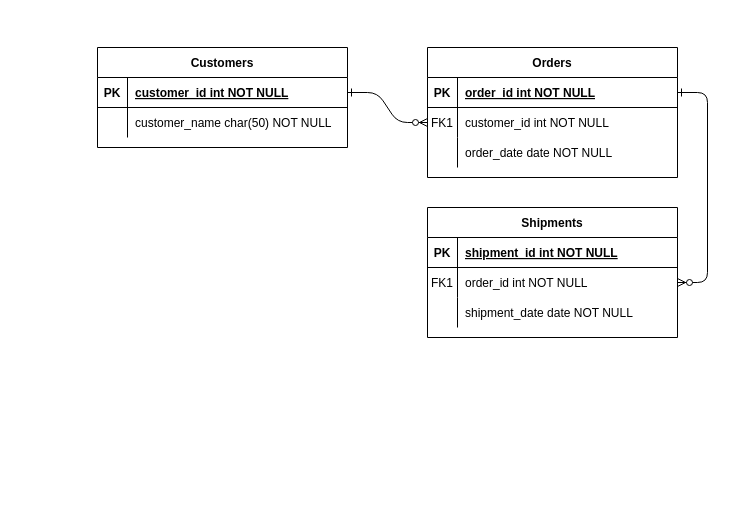
Earlier version of the draw.io diagram Student registration system/School student management system.drawio (DhiviR/SGIC). Source tidied: cells renumbered, new cells numbered last; positions are measured from the earlier drawing's top-left corner, leaving out a move shared by most shapes. Both pictures are drawn from the tidied source at 100%, with x=0, y=0 at pixel (97, 47).
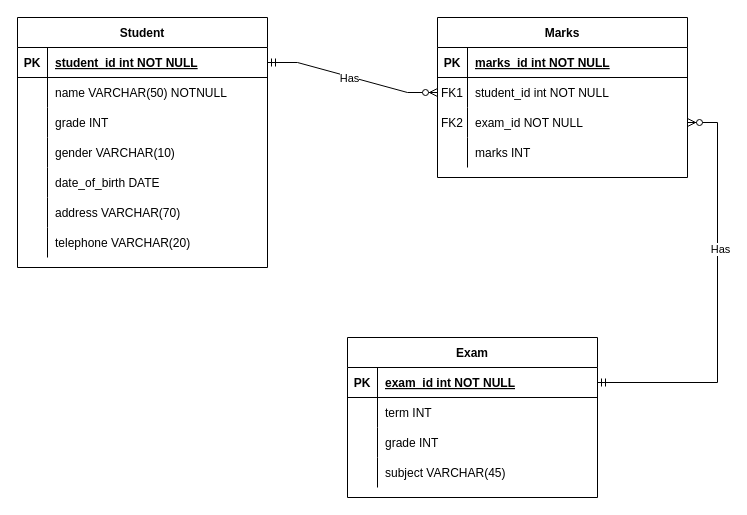
After the change.

The change refers to these unchanged cells:
```xml
<mxCell id="5" style="shape=partialRectangle;fillColor=none;points=[[0,0.5],[1,0.5]];portConstraint=eastwest;top=0;left=0;right=0;bottom=1;" parent="4" vertex="1">
  <mxGeometry y="30" width="250" height="30" as="geometry" />
</mxCell>
<mxCell id="8" style="shape=partialRectangle;fillColor=none;points=[[0,0.5],[1,0.5]];portConstraint=eastwest;top=0;left=0;right=0;bottom=0;" parent="4" vertex="1">
  <mxGeometry y="60" width="250" height="30" as="geometry" />
</mxCell>
<mxCell id="11" style="shape=partialRectangle;fillColor=none;points=[[0,0.5],[1,0.5]];portConstraint=eastwest;top=0;left=0;right=0;bottom=0;" parent="4" vertex="1">
  <mxGeometry y="90" width="250" height="30" as="geometry" />
</mxCell>
<mxCell id="15" style="shape=partialRectangle;fillColor=none;points=[[0,0.5],[1,0.5]];portConstraint=eastwest;top=0;left=0;right=0;bottom=1;" parent="14" vertex="1">
  <mxGeometry y="30" width="250" height="30" as="geometry" />
</mxCell>
<mxCell id="18" style="shape=partialRectangle;fillColor=none;points=[[0,0.5],[1,0.5]];portConstraint=eastwest;top=0;left=0;right=0;bottom=0;" parent="14" vertex="1">
  <mxGeometry y="60" width="250" height="30" as="geometry" />
</mxCell>
<mxCell id="21" style="shape=partialRectangle;fillColor=none;top=0;left=0;right=0;bottom=0;" parent="14" vertex="1">
  <mxGeometry y="90" width="250" height="30" as="geometry" />
</mxCell>
<mxCell id="25" style="shape=partialRectangle;fillColor=none;points=[[0,0.5],[1,0.5]];portConstraint=eastwest;top=0;left=0;right=0;bottom=1;" parent="24" vertex="1">
  <mxGeometry y="30" width="250" height="30" as="geometry" />
</mxCell>
<mxCell id="28" style="shape=partialRectangle;fillColor=none;top=0;left=0;right=0;bottom=0;" parent="24" vertex="1">
  <mxGeometry y="60" width="250" height="30" as="geometry" />
</mxCell>
```

What changed in the source:
```diff
@@
-    <mxCell id="2" style="edgeStyle=entityRelationEdgeStyle;endArrow=ERzeroToMany;startArrow=ERone;endFill=1;startFill=0;" parent="1" edge="1" source="25" target="8">
-      <mxGeometry relative="1" as="geometry" />
-    </mxCell>
-    <mxCell id="3" style="edgeStyle=entityRelationEdgeStyle;endArrow=ERzeroToMany;startArrow=ERone;endFill=1;startFill=0;" parent="1" edge="1" source="5" target="18">
-      <mxGeometry relative="1" as="geometry" />
-    </mxCell>
-    <mxCell id="4" value="Orders" style="shape=table;startSize=30;childLayout=tableLayout;rowLines=0;fontStyle=1;align=center;" parent="1" vertex="1">
-      <mxGeometry x="330" width="250" height="130" as="geometry" />
+    <mxCell id="4" value="Marks" style="shape=table;startSize=30;childLayout=tableLayout;rowLines=0;fontStyle=1;align=center;" parent="1" vertex="1">
+      <mxGeometry x="340" y="-30" width="250" height="160" as="geometry" />
     </mxCell>
@@
-    <mxCell id="7" value="order_id int NOT NULL " style="shape=partialRectangle;overflow=hidden;fillColor=none;top=0;left=0;bottom=0;right=0;align=left;spacingLeft=6;fontStyle=5;" parent="5" vertex="1">
+    <mxCell id="7" value="marks_id int NOT NULL " style="shape=partialRectangle;overflow=hidden;fillColor=none;top=0;left=0;bottom=0;right=0;align=left;spacingLeft=6;fontStyle=5;" parent="5" vertex="1">
       <mxGeometry x="30" width="220" height="30" as="geometry" />
     </mxCell>
@@
-    <mxCell id="10" value="customer_id int NOT NULL" style="shape=partialRectangle;overflow=hidden;fillColor=none;top=0;left=0;bottom=0;right=0;align=left;spacingLeft=6;" parent="8" vertex="1">
+    <mxCell id="10" value="student_id int NOT NULL" style="shape=partialRectangle;overflow=hidden;fillColor=none;top=0;left=0;bottom=0;right=0;align=left;spacingLeft=6;" parent="8" vertex="1">
       <mxGeometry x="30" width="220" height="30" as="geometry" />
     </mxCell>
@@
-    <mxCell id="12" style="shape=partialRectangle;overflow=hidden;fillColor=none;top=0;left=0;bottom=0;right=0;" parent="11" vertex="1">
+    <mxCell id="12" value="FK2" style="shape=partialRectangle;overflow=hidden;fillColor=none;top=0;left=0;bottom=0;right=0;" parent="11" vertex="1">
       <mxGeometry width="30" height="30" as="geometry" />
     </mxCell>
-    <mxCell id="13" value="order_date date NOT NULL" style="shape=partialRectangle;overflow=hidden;fillColor=none;top=0;left=0;bottom=0;right=0;align=left;spacingLeft=6;" parent="11" vertex="1">
+    <mxCell id="13" value="exam_id NOT NULL" style="shape=partialRectangle;overflow=hidden;fillColor=none;top=0;left=0;bottom=0;right=0;align=left;spacingLeft=6;" parent="11" vertex="1">
       <mxGeometry x="30" width="220" height="30" as="geometry" />
     </mxCell>
+    <mxCell id="31" style="shape=partialRectangle;fillColor=none;top=0;left=0;right=0;bottom=0;" parent="4" vertex="1">
+      <mxGeometry y="120" width="250" height="30" as="geometry" />
+    </mxCell>
+    <mxCell id="32" style="shape=partialRectangle;overflow=hidden;fillColor=none;top=0;left=0;bottom=0;right=0;" parent="31" vertex="1">
+      <mxGeometry width="30" height="30" as="geometry" />
+    </mxCell>
+    <mxCell id="33" value="marks INT" style="shape=partialRectangle;overflow=hidden;fillColor=none;top=0;left=0;bottom=0;right=0;align=left;spacingLeft=6;" parent="31" vertex="1">
+      <mxGeometry x="30" width="220" height="30" as="geometry" />
+    </mxCell>
-    <mxCell id="14" value="Shipments" style="shape=table;startSize=30;childLayout=tableLayout;rowLines=0;fontStyle=1;align=center;" parent="1" vertex="1">
-      <mxGeometry x="330" y="160" width="250" height="130" as="geometry" />
+    <mxCell id="14" value="Exam" style="shape=table;startSize=30;childLayout=tableLayout;rowLines=0;fontStyle=1;align=center;" parent="1" vertex="1">
+      <mxGeometry x="250" y="290" width="250" height="160" as="geometry" />
     </mxCell>
@@
-    <mxCell id="17" value="shipment_id int NOT NULL " style="shape=partialRectangle;overflow=hidden;fillColor=none;top=0;left=0;bottom=0;right=0;align=left;spacingLeft=6;fontStyle=5;" parent="15" vertex="1">
+    <mxCell id="17" value="exam_id int NOT NULL " style="shape=partialRectangle;overflow=hidden;fillColor=none;top=0;left=0;bottom=0;right=0;align=left;spacingLeft=6;fontStyle=5;" parent="15" vertex="1">
       <mxGeometry x="30" width="220" height="30" as="geometry" />
     </mxCell>
@@
-    <mxCell id="19" value="FK1" style="shape=partialRectangle;overflow=hidden;fillColor=none;top=0;left=0;bottom=0;right=0;" parent="18" vertex="1">
+    <mxCell id="19" style="shape=partialRectangle;overflow=hidden;fillColor=none;top=0;left=0;bottom=0;right=0;" parent="18" vertex="1">
       <mxGeometry width="30" height="30" as="geometry" />
     </mxCell>
-    <mxCell id="20" value="order_id int NOT NULL" style="shape=partialRectangle;overflow=hidden;fillColor=none;top=0;left=0;bottom=0;right=0;align=left;spacingLeft=6;" parent="18" vertex="1">
+    <mxCell id="20" value="term INT" style="shape=partialRectangle;overflow=hidden;fillColor=none;top=0;left=0;bottom=0;right=0;align=left;spacingLeft=6;" parent="18" vertex="1">
       <mxGeometry x="30" width="220" height="30" as="geometry" />
     </mxCell>
@@
-    <mxCell id="23" value="shipment_date date NOT NULL" style="shape=partialRectangle;overflow=hidden;fillColor=none;top=0;left=0;bottom=0;right=0;align=left;spacingLeft=6;" parent="21" vertex="1">
+    <mxCell id="23" value="grade INT" style="shape=partialRectangle;overflow=hidden;fillColor=none;top=0;left=0;bottom=0;right=0;align=left;spacingLeft=6;" parent="21" vertex="1">
       <mxGeometry x="30" width="220" height="30" as="geometry" />
     </mxCell>
+    <mxCell id="34" style="shape=partialRectangle;fillColor=none;top=0;left=0;right=0;bottom=0;" parent="14" vertex="1">
+      <mxGeometry y="120" width="250" height="30" as="geometry" />
+    </mxCell>
+    <mxCell id="35" style="shape=partialRectangle;overflow=hidden;fillColor=none;top=0;left=0;bottom=0;right=0;" parent="34" vertex="1">
+      <mxGeometry width="30" height="30" as="geometry" />
+    </mxCell>
+    <mxCell id="36" value="subject VARCHAR(45)" style="shape=partialRectangle;overflow=hidden;fillColor=none;top=0;left=0;bottom=0;right=0;align=left;spacingLeft=6;" parent="34" vertex="1">
+      <mxGeometry x="30" width="220" height="30" as="geometry" />
+    </mxCell>
-    <mxCell id="24" value="Customers" style="shape=table;startSize=30;childLayout=tableLayout;rowLines=0;fontStyle=1;align=center;" parent="1" vertex="1">
-      <mxGeometry width="250" height="100" as="geometry" />
+    <mxCell id="24" value="Student" style="shape=table;startSize=30;childLayout=tableLayout;rowLines=0;fontStyle=1;align=center;" parent="1" vertex="1">
+      <mxGeometry x="-80" y="-30" width="250" height="250" as="geometry" />
     </mxCell>
@@
-    <mxCell id="27" value="customer_id int NOT NULL " style="shape=partialRectangle;overflow=hidden;fillColor=none;top=0;left=0;bottom=0;right=0;align=left;spacingLeft=6;fontStyle=5;" parent="25" vertex="1">
+    <mxCell id="27" value="student_id int NOT NULL " style="shape=partialRectangle;overflow=hidden;fillColor=none;top=0;left=0;bottom=0;right=0;align=left;spacingLeft=6;fontStyle=5;" parent="25" vertex="1">
       <mxGeometry x="30" width="220" height="30" as="geometry" />
     </mxCell>
@@
-    <mxCell id="30" value="customer_name char(50) NOT NULL" style="shape=partialRectangle;overflow=hidden;fillColor=none;top=0;left=0;bottom=0;right=0;align=left;spacingLeft=6;" parent="28" vertex="1">
+    <mxCell id="30" value="name VARCHAR(50) NOTNULL" style="shape=partialRectangle;overflow=hidden;fillColor=none;top=0;left=0;bottom=0;right=0;align=left;spacingLeft=6;" parent="28" vertex="1">
       <mxGeometry x="30" width="220" height="30" as="geometry" />
     </mxCell>
+    <mxCell id="37" style="shape=partialRectangle;fillColor=none;top=0;left=0;right=0;bottom=0;" parent="24" vertex="1">
+      <mxGeometry y="90" width="250" height="30" as="geometry" />
+    </mxCell>
+    <mxCell id="38" style="shape=partialRectangle;overflow=hidden;fillColor=none;top=0;left=0;bottom=0;right=0;" parent="37" vertex="1">
+      <mxGeometry width="30" height="30" as="geometry" />
+    </mxCell>
+    <mxCell id="39" value="grade INT" style="shape=partialRectangle;overflow=hidden;fillColor=none;top=0;left=0;bottom=0;right=0;align=left;spacingLeft=6;" parent="37" vertex="1">
+      <mxGeometry x="30" width="220" height="30" as="geometry" />
+    </mxCell>
+    <mxCell id="40" style="shape=partialRectangle;fillColor=none;top=0;left=0;right=0;bottom=0;" parent="24" vertex="1">
+      <mxGeometry y="120" width="250" height="30" as="geometry" />
+    </mxCell>
+    <mxCell id="41" style="shape=partialRectangle;overflow=hidden;fillColor=none;top=0;left=0;bottom=0;right=0;" parent="40" vertex="1">
+      <mxGeometry width="30" height="30" as="geometry" />
+    </mxCell>
+    <mxCell id="42" value="gender VARCHAR(10)" style="shape=partialRectangle;overflow=hidden;fillColor=none;top=0;left=0;bottom=0;right=0;align=left;spacingLeft=6;" parent="40" vertex="1">
+      <mxGeometry x="30" width="220" height="30" as="geometry" />
+    </mxCell>
+    <mxCell id="43" style="shape=partialRectangle;fillColor=none;top=0;left=0;right=0;bottom=0;" parent="24" vertex="1">
+      <mxGeometry y="150" width="250" height="30" as="geometry" />
+    </mxCell>
+    <mxCell id="44" style="shape=partialRectangle;overflow=hidden;fillColor=none;top=0;left=0;bottom=0;right=0;" parent="43" vertex="1">
+      <mxGeometry width="30" height="30" as="geometry" />
+    </mxCell>
+    <mxCell id="45" value="date_of_birth DATE" style="shape=partialRectangle;overflow=hidden;fillColor=none;top=0;left=0;bottom=0;right=0;align=left;spacingLeft=6;" parent="43" vertex="1">
+      <mxGeometry x="30" width="220" height="30" as="geometry" />
+    </mxCell>
+    <mxCell id="46" style="shape=partialRectangle;fillColor=none;top=0;left=0;right=0;bottom=0;" parent="24" vertex="1">
+      <mxGeometry y="180" width="250" height="30" as="geometry" />
+    </mxCell>
+    <mxCell id="47" style="shape=partialRectangle;overflow=hidden;fillColor=none;top=0;left=0;bottom=0;right=0;" parent="46" vertex="1">
+      <mxGeometry width="30" height="30" as="geometry" />
+    </mxCell>
+    <mxCell id="48" value="address VARCHAR(70)" style="shape=partialRectangle;overflow=hidden;fillColor=none;top=0;left=0;bottom=0;right=0;align=left;spacingLeft=6;" parent="46" vertex="1">
+      <mxGeometry x="30" width="220" height="30" as="geometry" />
+    </mxCell>
+    <mxCell id="49" style="shape=partialRectangle;fillColor=none;top=0;left=0;right=0;bottom=0;" parent="24" vertex="1">
+      <mxGeometry y="210" width="250" height="30" as="geometry" />
+    </mxCell>
+    <mxCell id="50" style="shape=partialRectangle;overflow=hidden;fillColor=none;top=0;left=0;bottom=0;right=0;" parent="49" vertex="1">
+      <mxGeometry width="30" height="30" as="geometry" />
+    </mxCell>
+    <mxCell id="51" value="telephone VARCHAR(20)" style="shape=partialRectangle;overflow=hidden;fillColor=none;top=0;left=0;bottom=0;right=0;align=left;spacingLeft=6;" parent="49" vertex="1">
+      <mxGeometry x="30" width="220" height="30" as="geometry" />
+    </mxCell>
+    <mxCell id="2" style="edgeStyle=entityRelationEdgeStyle;fontSize=12;html=1;endArrow=ERzeroToMany;startArrow=ERmandOne;rounded=0;exitX=1;exitY=0.5;exitDx=0;exitDy=0;entryX=0;entryY=0.5;entryDx=0;entryDy=0;" parent="1" edge="1" source="25" target="8">
+      <mxGeometry relative="1" as="geometry" />
+    </mxCell>
+    <mxCell id="52" value="Has" style="edgeLabel;html=1;align=center;verticalAlign=middle;" parent="2" vertex="1">
+      <mxGeometry x="-0.03" y="-1" relative="1" as="geometry" />
+    </mxCell>
+    <mxCell id="53" style="edgeStyle=entityRelationEdgeStyle;fontSize=12;html=1;endArrow=ERzeroToMany;startArrow=ERmandOne;rounded=0;exitX=1;exitY=0.5;exitDx=0;exitDy=0;" parent="1" edge="1" source="15" target="11">
+      <mxGeometry relative="1" as="geometry" />
+    </mxCell>
+    <mxCell id="54" value="Has" style="edgeLabel;html=1;align=center;verticalAlign=middle;" parent="53" vertex="1">
+      <mxGeometry x="0.24" y="-2" relative="1" as="geometry" />
+    </mxCell>
```
